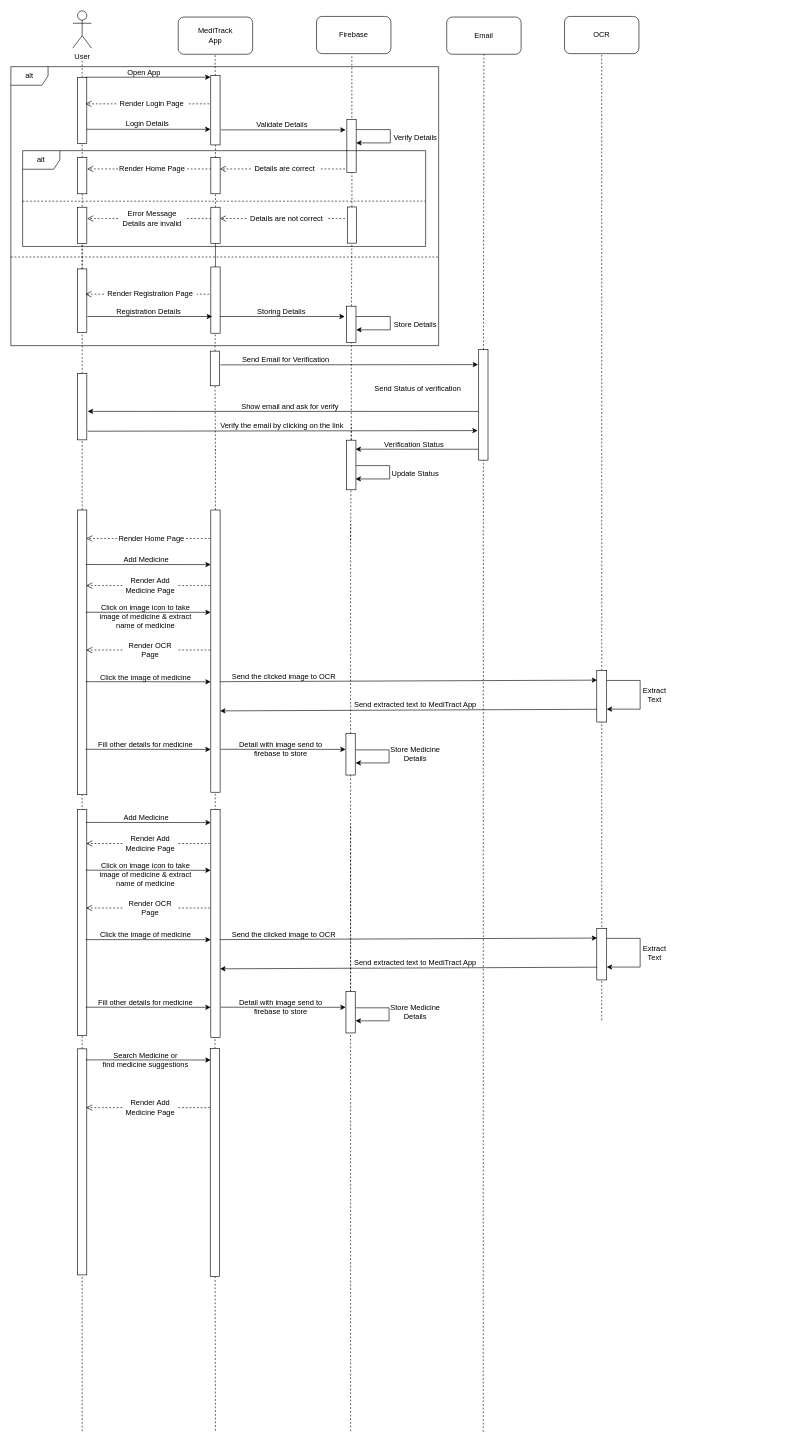
Earlier version of the draw.io diagram Sequence_Diagram_MediTrack.drawio (SJPatel123/CP-III). Source tidied: cells renumbered, new cells numbered last; positions are measured from the earlier drawing's top-left corner, leaving out a move shared by most shapes. Both pictures are drawn from the tidied source at 62%, with x=0, y=0 at pixel (-61, 11).
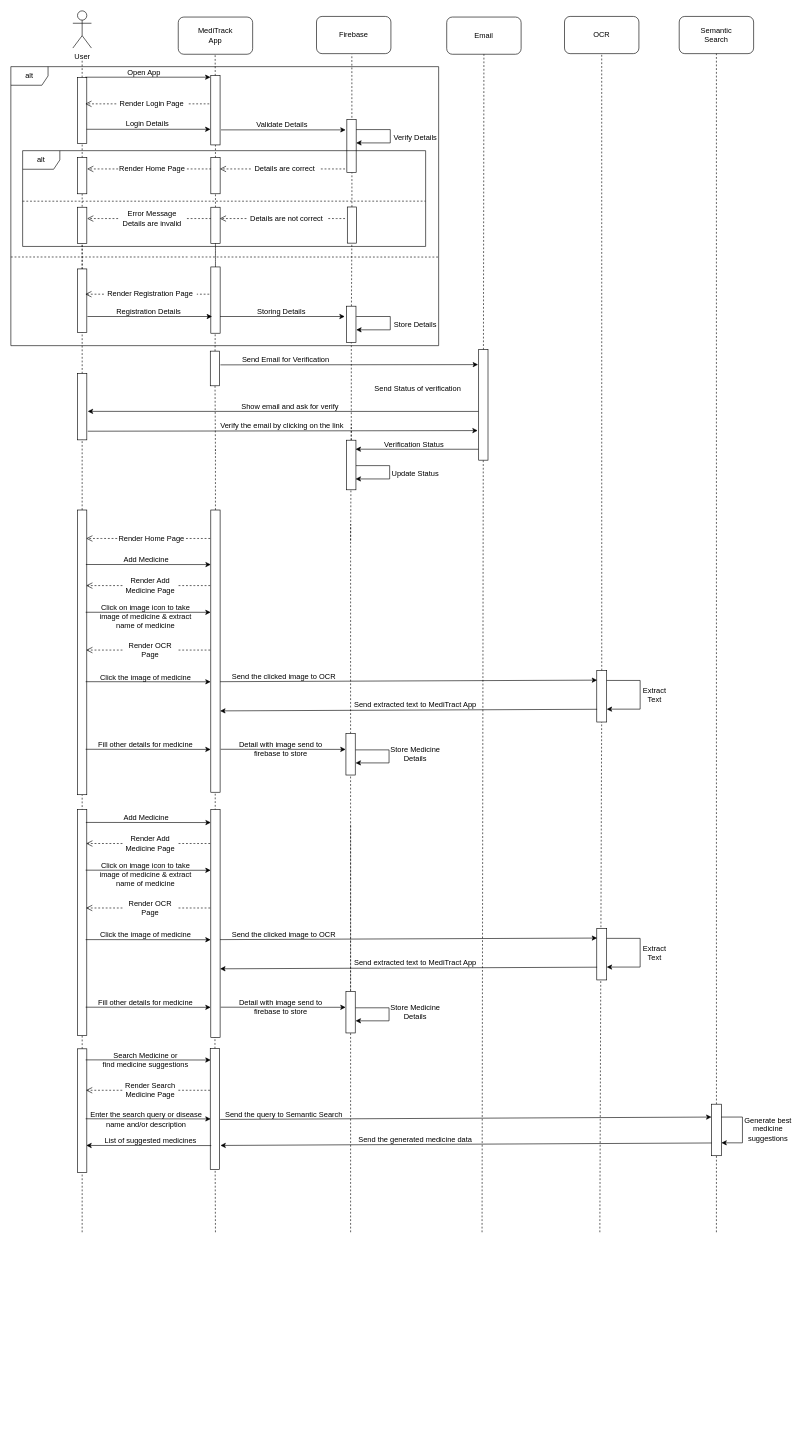
The same page after the edit.

The change refers to these unchanged cells:
```xml
<mxCell id="89" style="rounded=0;whiteSpace=wrap;html=1;rotation=90;" parent="1" vertex="1">
  <mxGeometry x="788" y="628.1" width="178.2" height="15" as="geometry" />
</mxCell>
<mxCell id="114" style="rounded=0;whiteSpace=wrap;html=1;rotation=90;" parent="1" vertex="1">
  <mxGeometry x="629.5" y="1191.6" width="66.9" height="15" as="geometry" />
</mxCell>
<mxCell id="128" style="rounded=0;whiteSpace=wrap;html=1;rotation=90;" parent="1" vertex="1">
  <mxGeometry x="1026.5" y="1097.5" width="83.1" height="16" as="geometry" />
</mxCell>
```

What changed in the source:
```diff
@@
     <mxCell id="88" style="endArrow=none;dashed=1;html=1;rounded=0;startArrow=none;" parent="1" edge="1" target="89">
       <mxGeometry relative="1" as="geometry">
-        <mxPoint x="877" y="2292" as="sourcePoint" />
+        <mxPoint x="875" y="1970" as="sourcePoint" />
       </mxGeometry>
     </mxCell>
@@
     <mxCell id="113" style="endArrow=none;dashed=1;html=1;rounded=0;startArrow=none;" parent="1" edge="1" target="114">
       <mxGeometry relative="1" as="geometry">
-        <mxPoint x="663" y="2291" as="sourcePoint" />
+        <mxPoint x="663" y="1970" as="sourcePoint" />
       </mxGeometry>
     </mxCell>
@@
     <mxCell id="127" style="endArrow=none;dashed=1;html=1;rounded=0;startArrow=none;" parent="1" edge="1" target="128">
       <mxGeometry relative="1" as="geometry">
-        <mxPoint x="1068" y="1628" as="sourcePoint" />
+        <mxPoint x="1065" y="1970" as="sourcePoint" />
       </mxGeometry>
     </mxCell>
@@
     <mxCell id="167" style="endArrow=none;dashed=1;html=1;rounded=0;startArrow=none;" parent="1" edge="1" target="168">
       <mxGeometry relative="1" as="geometry">
-        <mxPoint x="230" y="2291" as="sourcePoint" />
+        <mxPoint x="230" y="1970" as="sourcePoint" />
       </mxGeometry>
     </mxCell>
     <mxCell id="168" style="rounded=0;whiteSpace=wrap;html=1;rotation=90;" parent="1" vertex="1">
-      <mxGeometry x="47.7" y="1849" width="364.6" height="15" as="geometry" />
+      <mxGeometry x="130.2" y="1766.5" width="199.7" height="15" as="geometry" />
     </mxCell>
     <mxCell id="169" style="endArrow=none;dashed=1;html=1;rounded=0;startArrow=none;" parent="1" edge="1" target="170">
       <mxGeometry relative="1" as="geometry">
-        <mxPoint x="445" y="2290" as="sourcePoint" />
+        <mxPoint x="445" y="1970" as="sourcePoint" />
       </mxGeometry>
     </mxCell>
     <mxCell id="170" style="rounded=0;whiteSpace=wrap;html=1;rotation=90;" parent="1" vertex="1">
-      <mxGeometry x="260.3" y="1850" width="367.6" height="15" as="geometry" />
+      <mxGeometry x="346.6" y="1763.7" width="195" height="15" as="geometry" />
     </mxCell>
@@
     <mxCell id="173" style="html=1;verticalAlign=bottom;endArrow=open;dashed=1;endSize=8;edgeStyle=elbowEdgeStyle;elbow=vertical;curved=0;rounded=0;startArrow=none;" parent="1" edge="1" source="175">
       <mxGeometry x="-1" y="-355" relative="1" as="geometry">
-        <mxPoint x="236.2" y="1769" as="targetPoint" />
+        <mxPoint x="236.2" y="1741" as="targetPoint" />
         <mxPoint x="350" y="295" as="offset" />
       </mxGeometry>
     </mxCell>
     <mxCell id="174" style="html=1;verticalAlign=bottom;endArrow=none;dashed=1;endSize=8;edgeStyle=elbowEdgeStyle;elbow=vertical;curved=0;rounded=0;" parent="1" edge="1" target="175">
       <mxGeometry x="-1" y="-355" relative="1" as="geometry">
-        <mxPoint x="436.2" y="1769" as="sourcePoint" />
+        <mxPoint x="436.2" y="1741" as="sourcePoint" />
         <mxPoint x="350" y="295" as="offset" />
       </mxGeometry>
     </mxCell>
-    <mxCell id="175" value="Render Add Medicine Page" style="text;html=1;strokeColor=none;fillColor=none;align=center;verticalAlign=middle;whiteSpace=wrap;rounded=0;" parent="1" vertex="1">
-      <mxGeometry x="294.7" y="1754" width="90" height="30" as="geometry" />
+    <mxCell id="175" value="Render Search Medicine Page" style="text;html=1;strokeColor=none;fillColor=none;align=center;verticalAlign=middle;whiteSpace=wrap;rounded=0;" parent="1" vertex="1">
+      <mxGeometry x="294.7" y="1726" width="90" height="30" as="geometry" />
     </mxCell>
+    <mxCell id="176" style="endArrow=classic;html=1;rounded=0;exitX=0.57;exitY=-0.167;exitDx=0;exitDy=0;exitPerimeter=0;" parent="1" edge="1">
+      <mxGeometry relative="1" as="geometry">
+        <mxPoint x="235.7" y="1787" as="sourcePoint" />
+        <mxPoint x="437.3" y="1787.2" as="targetPoint" />
+      </mxGeometry>
+    </mxCell>
+    <mxCell id="177" value="Enter the search query or disease&lt;br&gt;name and/or description" style="text;html=1;align=center;verticalAlign=middle;strokeColor=none;fillColor=none;" parent="1" vertex="1">
+      <mxGeometry x="233.2" y="1768" width="200" height="40" as="geometry" />
+    </mxCell>
+    <mxCell id="178" style="rounded=1;whiteSpace=wrap;html=1;" parent="1" vertex="1">
+      <mxGeometry x="1193" y="9" width="120" height="60" as="geometry" />
+    </mxCell>
+    <mxCell id="179" value="Semantic&lt;br&gt;Search" style="text;html=1;strokeColor=none;fillColor=none;align=center;verticalAlign=middle;whiteSpace=wrap;rounded=0;" parent="1" vertex="1">
+      <mxGeometry x="1223" y="24" width="60" height="30" as="geometry" />
+    </mxCell>
+    <mxCell id="180" style="endArrow=none;dashed=1;html=1;rounded=0;startArrow=none;" parent="1" edge="1" source="184">
+      <mxGeometry relative="1" as="geometry">
+        <mxPoint x="1253" y="69" as="targetPoint" />
+      </mxGeometry>
+    </mxCell>
+    <mxCell id="181" style="endArrow=classic;html=1;rounded=0;exitX=0.57;exitY=-0.167;exitDx=0;exitDy=0;exitPerimeter=0;entryX=0.25;entryY=1;entryDx=0;entryDy=0;" parent="1" edge="1" target="184">
+      <mxGeometry relative="1" as="geometry">
+        <mxPoint x="452.6" y="1788" as="sourcePoint" />
+      </mxGeometry>
+    </mxCell>
+    <mxCell id="182" value="Send the query to Semantic Search" style="text;html=1;align=center;verticalAlign=middle;strokeColor=none;fillColor=none;" parent="1" vertex="1">
+      <mxGeometry x="450.1" y="1766" width="210" height="30" as="geometry" />
+    </mxCell>
+    <mxCell id="183" style="endArrow=none;dashed=1;html=1;rounded=0;startArrow=none;" parent="1" edge="1" target="184">
+      <mxGeometry relative="1" as="geometry">
+        <mxPoint x="1253" y="1970" as="sourcePoint" />
+      </mxGeometry>
+    </mxCell>
+    <mxCell id="184" style="rounded=0;whiteSpace=wrap;html=1;rotation=90;" parent="1" vertex="1">
+      <mxGeometry x="1211.5" y="1797" width="83.1" height="16" as="geometry" />
+    </mxCell>
+    <mxCell id="185" style="edgeStyle=orthogonalEdgeStyle;rounded=0;orthogonalLoop=1;jettySize=auto;html=1;exitX=0.25;exitY=0;exitDx=0;exitDy=0;entryX=0.75;entryY=0;entryDx=0;entryDy=0;" parent="1" edge="1" source="184" target="184">
+      <mxGeometry relative="1" as="geometry">
+        <Array as="points">
+          <mxPoint x="1295" y="1784" />
+          <mxPoint x="1295" y="1826" />
+        </Array>
+      </mxGeometry>
+    </mxCell>
+    <mxCell id="186" value="Generate best&lt;br&gt;medicine&lt;br&gt;suggestions" style="text;html=1;align=center;verticalAlign=middle;strokeColor=none;fillColor=none;" parent="1" vertex="1">
+      <mxGeometry x="1285.5" y="1774" width="100" height="60" as="geometry" />
+    </mxCell>
+    <mxCell id="187" style="endArrow=classic;html=1;rounded=0;exitX=0.57;exitY=-0.167;exitDx=0;exitDy=0;exitPerimeter=0;entryX=0.25;entryY=1;entryDx=0;entryDy=0;" parent="1" edge="1">
+      <mxGeometry relative="1" as="geometry">
+        <mxPoint x="1245.4" y="1826" as="sourcePoint" />
+        <mxPoint x="453" y="1830" as="targetPoint" />
+      </mxGeometry>
+    </mxCell>
+    <mxCell id="188" value="Send the generated medicine data" style="text;html=1;align=center;verticalAlign=middle;strokeColor=none;fillColor=none;" parent="1" vertex="1">
+      <mxGeometry x="662" y="1806" width="210" height="30" as="geometry" />
+    </mxCell>
+    <mxCell id="189" style="endArrow=classic;html=1;rounded=0;exitX=0.57;exitY=-0.167;exitDx=0;exitDy=0;exitPerimeter=0;" parent="1" edge="1">
+      <mxGeometry relative="1" as="geometry">
+        <mxPoint x="438.3" y="1830.2" as="sourcePoint" />
+        <mxPoint x="236.7" y="1830" as="targetPoint" />
+      </mxGeometry>
+    </mxCell>
+    <mxCell id="190" value="List of suggested medicines" style="text;html=1;align=center;verticalAlign=middle;strokeColor=none;fillColor=none;" parent="1" vertex="1">
+      <mxGeometry x="255.2" y="1808" width="170" height="30" as="geometry" />
+    </mxCell>
```
